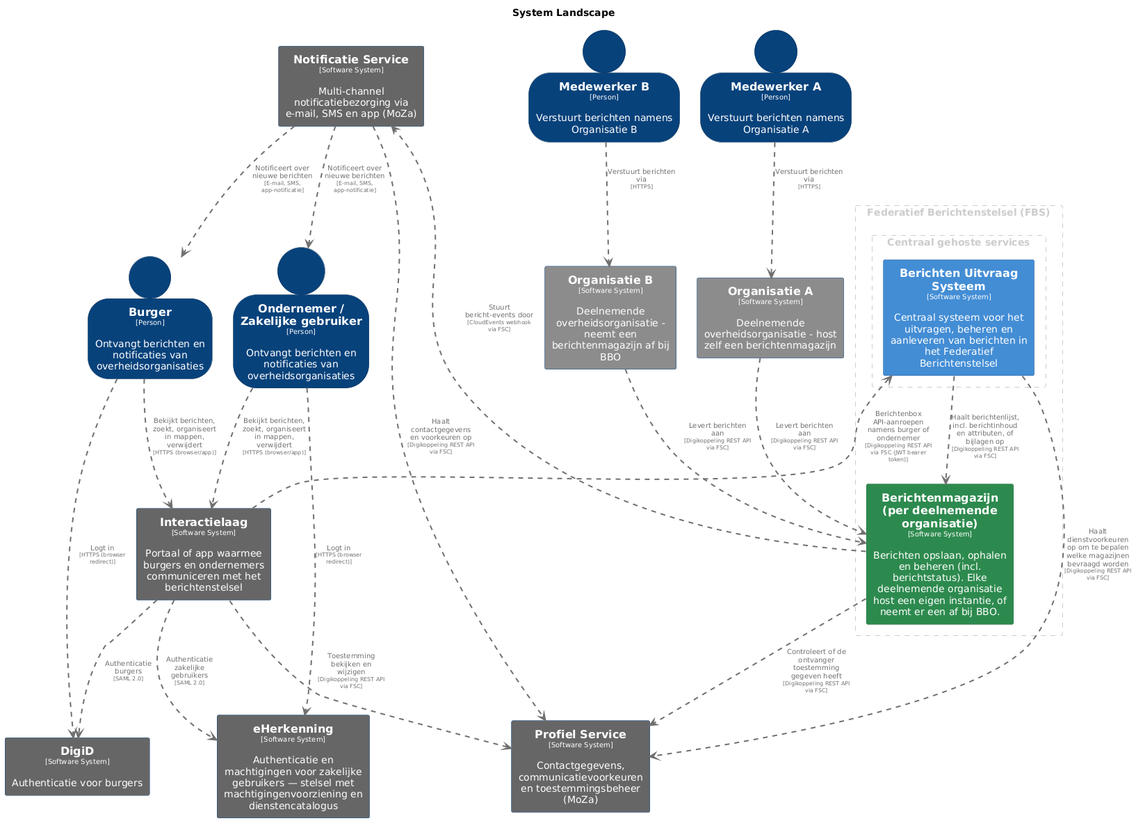
This is master/png/SystemLandscape.png from MinBZK/moza-poc-fbs-berichtenbox, a PlantUML export, as it was before one commit.
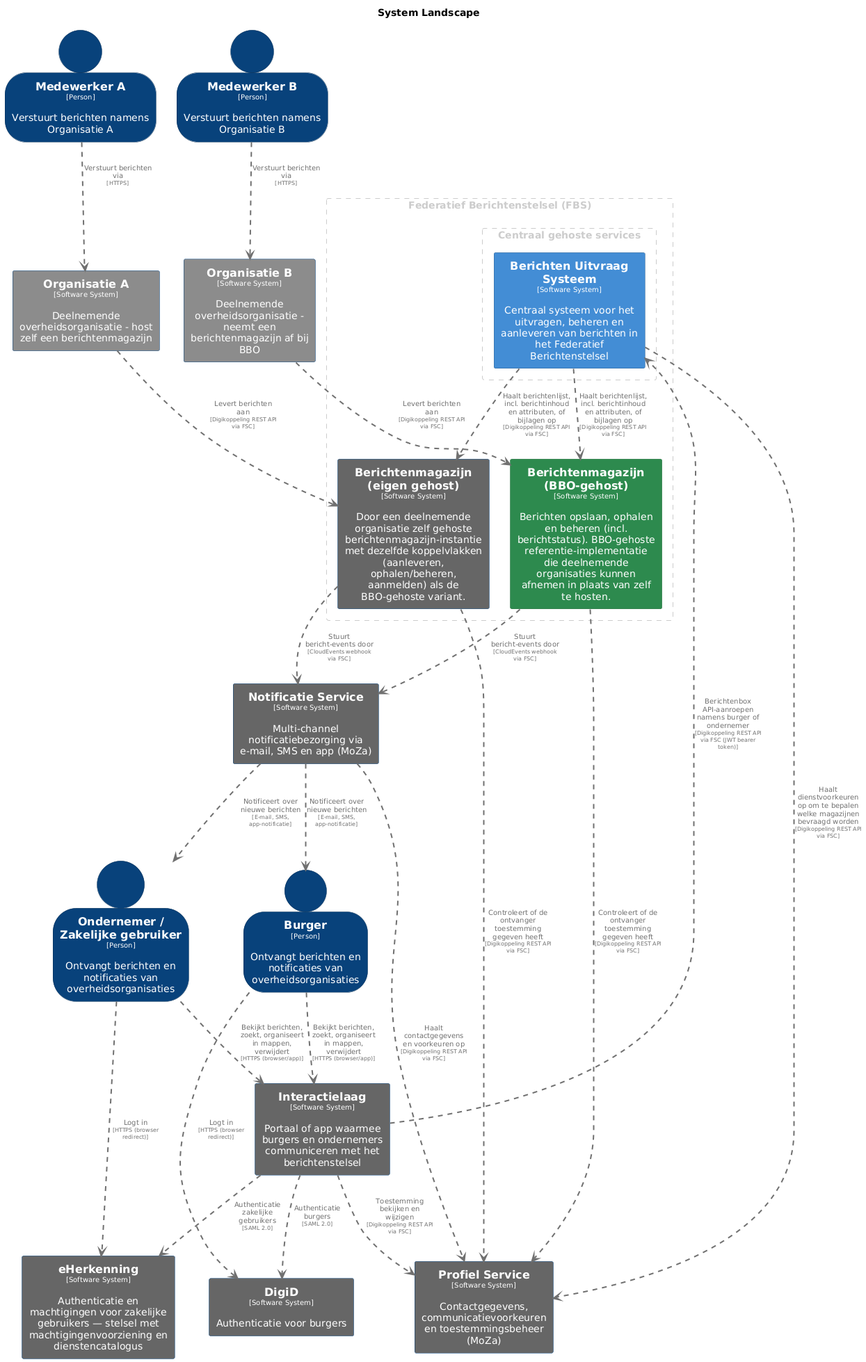
The same diagram one commit later.

Change to the diagram source:
```diff
@@ -21,10 +21,16 @@
   BorderColor #2e6295
   shadowing false
 }
-skinparam rectangle<<Berichtenmagazijnperdeelnemendeorganisatie>> {
+skinparam rectangle<<BerichtenmagazijnBBOgehost>> {
   BackgroundColor #2d8a4e
   FontColor #ffffff
   BorderColor #1e6b38
+  shadowing false
+}
+skinparam rectangle<<Berichtenmagazijneigengehost>> {
+  BackgroundColor #666666
+  FontColor #ffffff
+  BorderColor #0b4884
   shadowing false
 }
 skinparam person<<Burger>> {
@@ -99,7 +105,8 @@
   skinparam RectangleFontColor<<group1>> #cccccc
   skinparam RectangleBorderStyle<<group1>> dashed
 
-  rectangle "==Berichtenmagazijn (per deelnemende organisatie)\n<size:10>[Software System]</size>\n\nBerichten opslaan, ophalen en beheren (incl. berichtstatus). Elke deelnemende organisatie host een eigen instantie, of neemt er een af bij BBO." <<Berichtenmagazijnperdeelnemendeorganisatie>> as Berichtenmagazijnperdeelnemendeorganisatie
+  rectangle "==Berichtenmagazijn (eigen gehost)\n<size:10>[Software System]</size>\n\nDoor een deelnemende organisatie zelf gehoste berichtenmagazijn-instantie met dezelfde koppelvlakken (aanleveren, ophalen/beheren, aanmelden) als de BBO-gehoste variant." <<Berichtenmagazijneigengehost>> as Berichtenmagazijneigengehost
+  rectangle "==Berichtenmagazijn (BBO-gehost)\n<size:10>[Software System]</size>\n\nBerichten opslaan, ophalen en beheren (incl. berichtstatus). BBO-gehoste referentie-implementatie die deelnemende organisaties kunnen afnemen in plaats van zelf te hosten." <<BerichtenmagazijnBBOgehost>> as BerichtenmagazijnBBOgehost
     rectangle "Centraal gehoste services" <<group2>> as group2 {
       skinparam RectangleBorderColor<<group2>> #cccccc
       skinparam RectangleFontColor<<group2>> #cccccc
@@ -122,12 +129,15 @@
 rectangle "==eHerkenning\n<size:10>[Software System]</size>\n\nAuthenticatie en machtigingen voor zakelijke gebruikers — stelsel met machtigingenvoorziening en dienstencatalogus" <<eHerkenning>> as eHerkenning
 rectangle "==DigiD\n<size:10>[Software System]</size>\n\nAuthenticatie voor burgers" <<DigiD>> as DigiD
 
-BerichtenUitvraagSysteem .[#707070,thickness=2].> Berichtenmagazijnperdeelnemendeorganisatie : "<color:#707070>Haalt berichtenlijst, incl. berichtinhoud en attributen, of bijlagen op\n<color:#707070><size:8>[Digikoppeling REST API via FSC]</size>"
-Berichtenmagazijnperdeelnemendeorganisatie .[#707070,thickness=2].> NotificatieService : "<color:#707070>Stuurt bericht-events door\n<color:#707070><size:8>[CloudEvents webhook via FSC]</size>"
+BerichtenUitvraagSysteem .[#707070,thickness=2].> BerichtenmagazijnBBOgehost : "<color:#707070>Haalt berichtenlijst, incl. berichtinhoud en attributen, of bijlagen op\n<color:#707070><size:8>[Digikoppeling REST API via FSC]</size>"
+BerichtenmagazijnBBOgehost .[#707070,thickness=2].> NotificatieService : "<color:#707070>Stuurt bericht-events door\n<color:#707070><size:8>[CloudEvents webhook via FSC]</size>"
 NotificatieService .[#707070,thickness=2].> ProfielService : "<color:#707070>Haalt contactgegevens en voorkeuren op\n<color:#707070><size:8>[Digikoppeling REST API via FSC]</size>"
-OrganisatieA .[#707070,thickness=2].> Berichtenmagazijnperdeelnemendeorganisatie : "<color:#707070>Levert berichten aan\n<color:#707070><size:8>[Digikoppeling REST API via FSC]</size>"
-OrganisatieB .[#707070,thickness=2].> Berichtenmagazijnperdeelnemendeorganisatie : "<color:#707070>Levert berichten aan\n<color:#707070><size:8>[Digikoppeling REST API via FSC]</size>"
-Berichtenmagazijnperdeelnemendeorganisatie .[#707070,thickness=2].> ProfielService : "<color:#707070>Controleert of de ontvanger toestemming gegeven heeft\n<color:#707070><size:8>[Digikoppeling REST API via FSC]</size>"
+OrganisatieA .[#707070,thickness=2].> Berichtenmagazijneigengehost : "<color:#707070>Levert berichten aan\n<color:#707070><size:8>[Digikoppeling REST API via FSC]</size>"
+OrganisatieB .[#707070,thickness=2].> BerichtenmagazijnBBOgehost : "<color:#707070>Levert berichten aan\n<color:#707070><size:8>[Digikoppeling REST API via FSC]</size>"
+BerichtenUitvraagSysteem .[#707070,thickness=2].> Berichtenmagazijneigengehost : "<color:#707070>Haalt berichtenlijst, incl. berichtinhoud en attributen, of bijlagen op\n<color:#707070><size:8>[Digikoppeling REST API via FSC]</size>"
+Berichtenmagazijneigengehost .[#707070,thickness=2].> NotificatieService : "<color:#707070>Stuurt bericht-events door\n<color:#707070><size:8>[CloudEvents webhook via FSC]</size>"
+Berichtenmagazijneigengehost .[#707070,thickness=2].> ProfielService : "<color:#707070>Controleert of de ontvanger toestemming gegeven heeft\n<color:#707070><size:8>[Digikoppeling REST API via FSC]</size>"
+BerichtenmagazijnBBOgehost .[#707070,thickness=2].> ProfielService : "<color:#707070>Controleert of de ontvanger toestemming gegeven heeft\n<color:#707070><size:8>[Digikoppeling REST API via FSC]</size>"
 BerichtenUitvraagSysteem .[#707070,thickness=2].> ProfielService : "<color:#707070>Haalt dienstvoorkeuren op om te bepalen welke magazijnen bevraagd worden\n<color:#707070><size:8>[Digikoppeling REST API via FSC]</size>"
 MedewerkerA .[#707070,thickness=2].> OrganisatieA : "<color:#707070>Verstuurt berichten via\n<color:#707070><size:8>[HTTPS]</size>"
 MedewerkerB .[#707070,thickness=2].> OrganisatieB : "<color:#707070>Verstuurt berichten via\n<color:#707070><size:8>[HTTPS]</size>"
```
